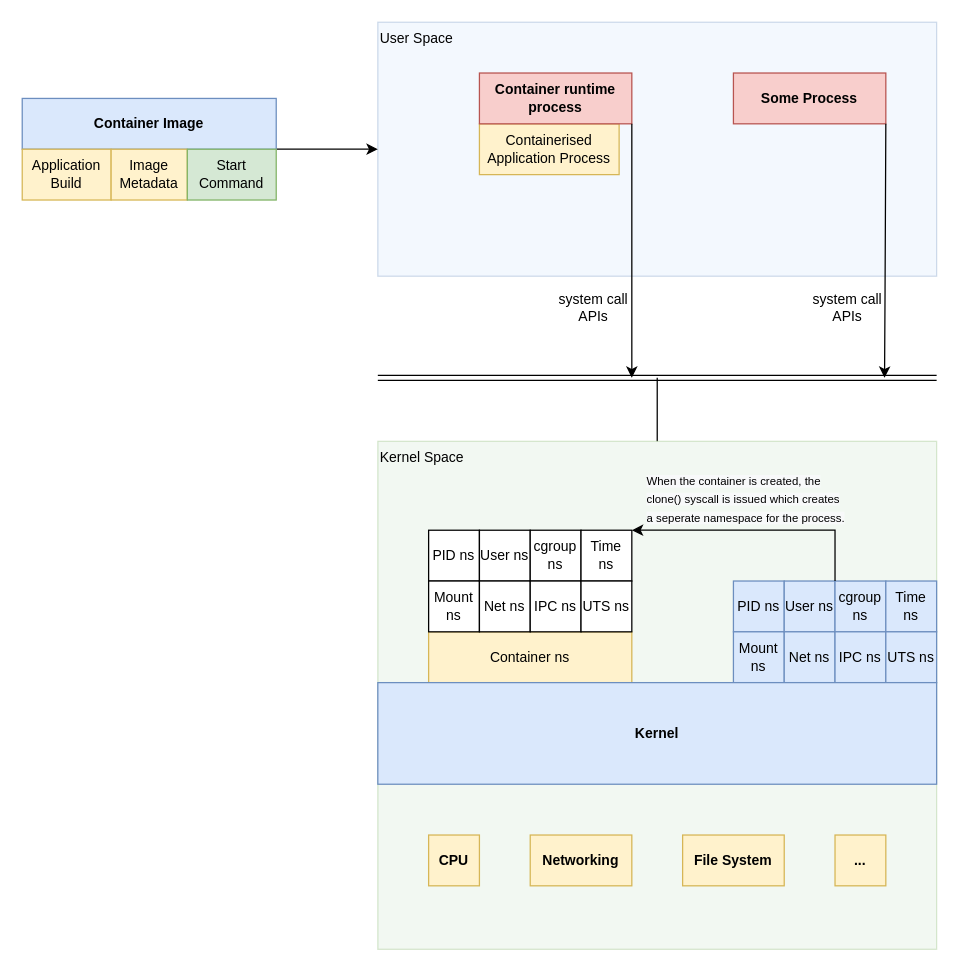
This is page "Low Level Details" (3 of 3) of CI-CD.drawio from kyroxen/reference, a draw.io file, before an edit. Source tidied: cells renumbered, new cells numbered last; positions are measured from the earlier drawing's top-left corner, leaving out a move shared by most shapes. Both pictures are drawn from the tidied source at 127%, with x=0, y=0 at pixel (22, 22).
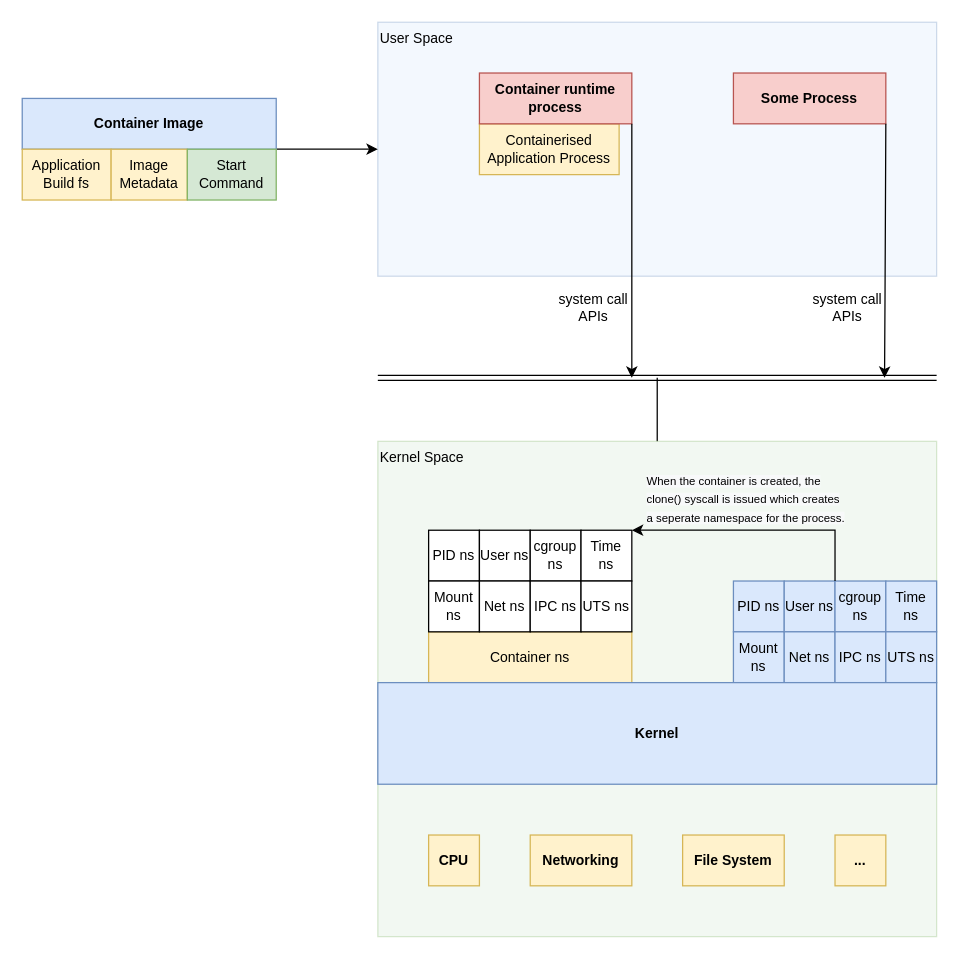
The same diagram, later.

Diff of the diagram source:
```diff
@@
     <mxCell id="4" value="Kernel Space" style="rounded=0;whiteSpace=wrap;html=1;fontSize=11;strokeWidth=1;fillColor=#d5e8d4;align=left;verticalAlign=top;strokeColor=#82b366;opacity=30;" parent="1" vertex="1">
-      <mxGeometry x="280" y="330" width="440" height="400" as="geometry" />
+      <mxGeometry x="280" y="330" width="440" height="390" as="geometry" />
     </mxCell>
@@
-    <mxCell id="7" value="Application Build" style="rounded=0;whiteSpace=wrap;html=1;fontSize=11;strokeWidth=1;fillColor=#fff2cc;align=center;verticalAlign=middle;strokeColor=#d6b656;" parent="1" vertex="1">
+    <mxCell id="7" value="Application Build fs" style="rounded=0;whiteSpace=wrap;html=1;fontSize=11;strokeWidth=1;fillColor=#fff2cc;align=center;verticalAlign=middle;strokeColor=#d6b656;" parent="1" vertex="1">
       <mxGeometry y="100" width="70" height="40" as="geometry" />
     </mxCell>
```
